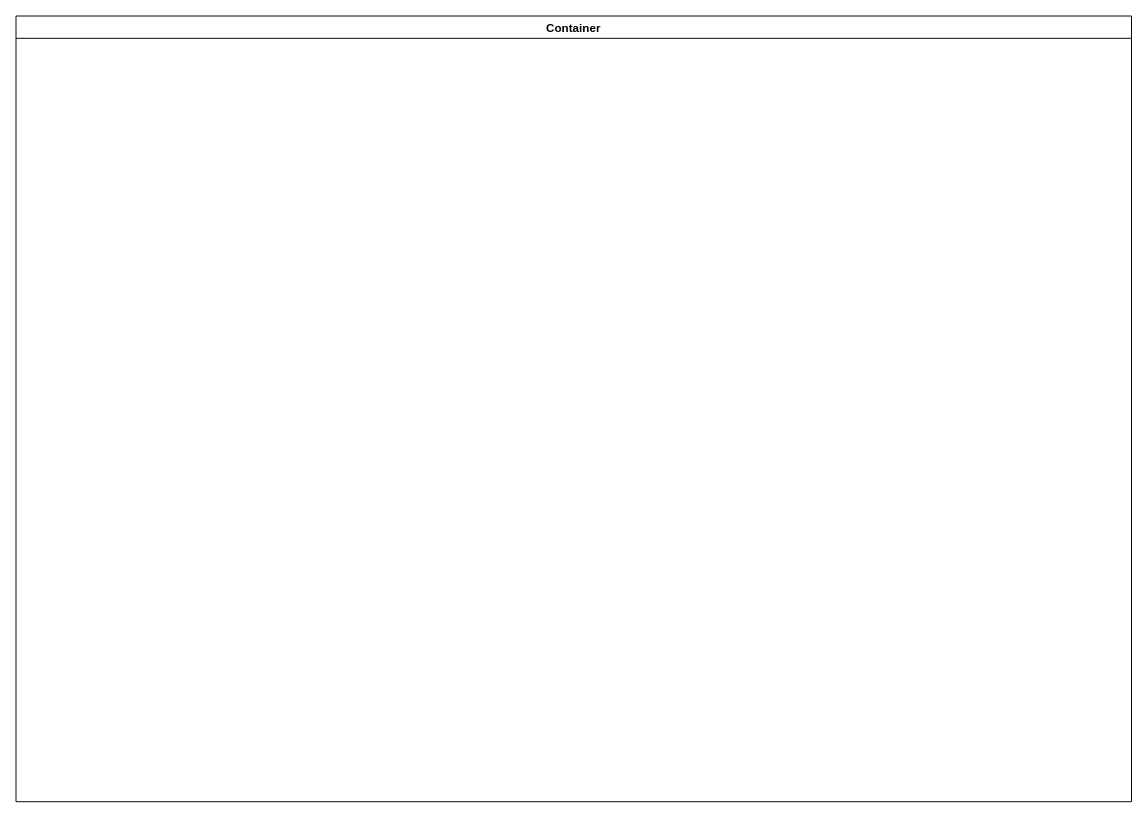
Before: KEFRI-KM-User Assistance.drawio in kmagua/flowcharts, a draw.io diagram. Source tidied: cells renumbered, new cells numbered last; positions are measured from the earlier drawing's top-left corner, leaving out a move shared by most shapes. Both pictures are drawn from the tidied source at 97%, with x=0, y=0 at pixel (16, 16).
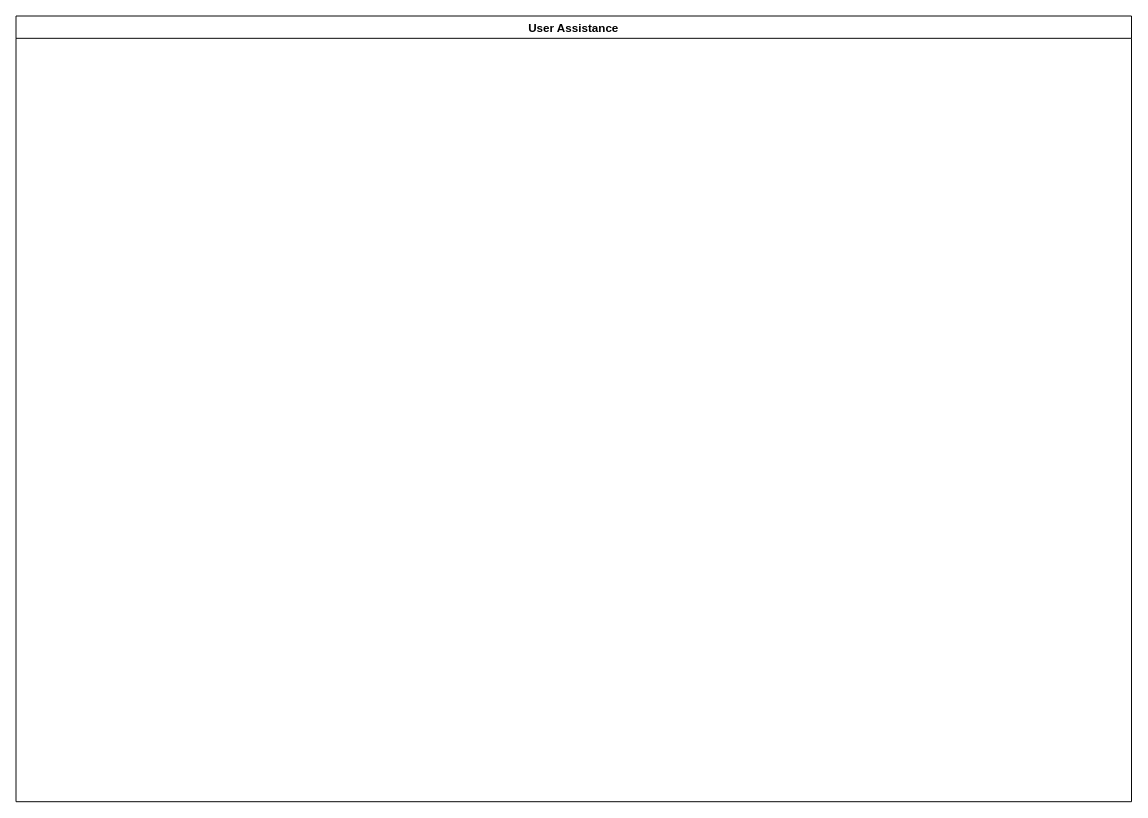
The same diagram, later.

The edit, as a diff of the source:
```diff
@@
 <mxGraphModel>
   <root>
     <mxCell id="0" />
     <mxCell id="1" parent="0" />
-    <mxCell id="2" value="Container" style="swimlane;" parent="1" vertex="1">
+    <mxCell id="2" value="User Assistance" style="swimlane;" parent="1" vertex="1">
       <mxGeometry width="1150" height="810" as="geometry" />
     </mxCell>
   </root>
 </mxGraphModel>
```
